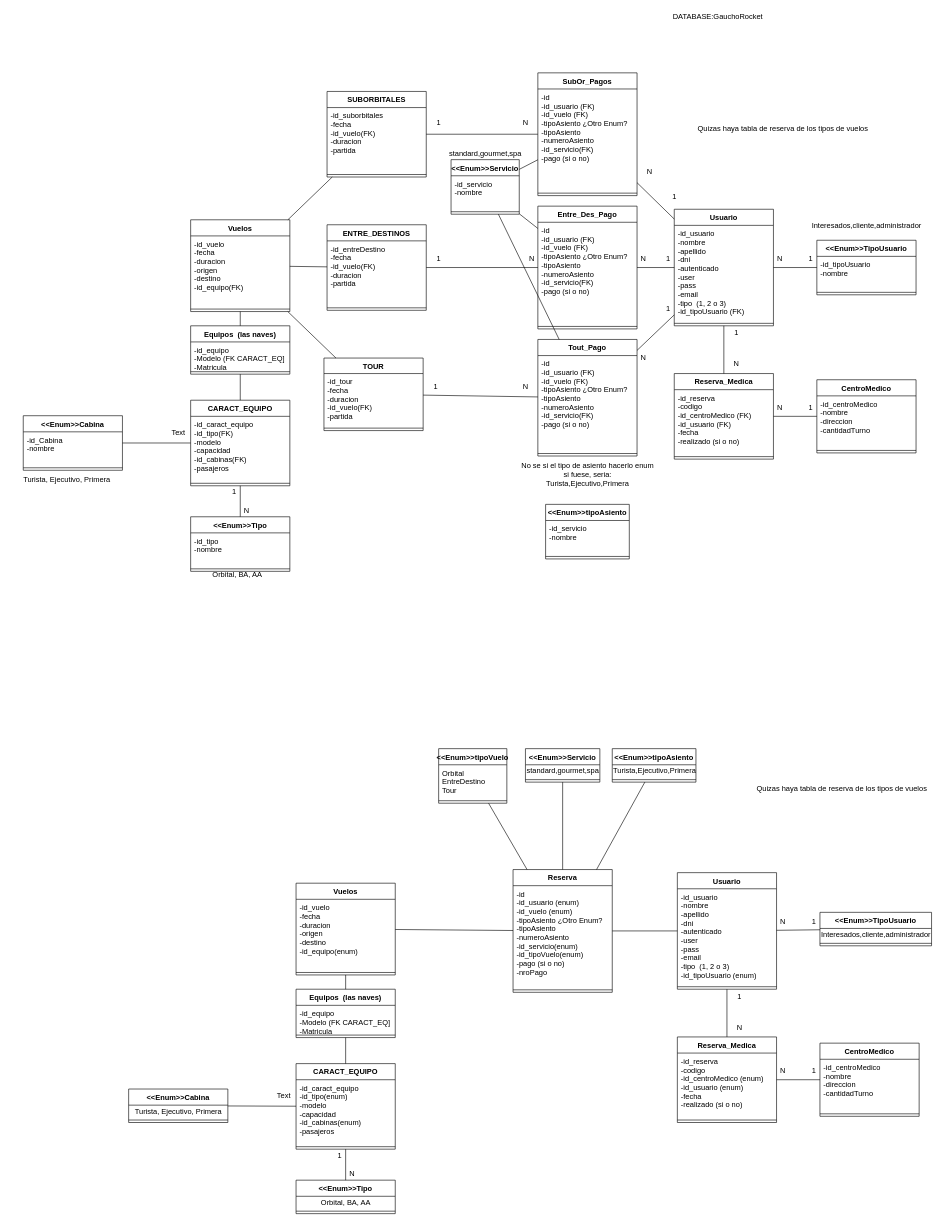
Earlier version of the draw.io diagram config/GauchoDiagrama.drawio (JulietaLuciaDe/gaucho). Source tidied: cells renumbered, new cells numbered last; positions are measured from the earlier drawing's top-left corner, leaving out a move shared by most shapes. Both pictures are drawn from the tidied source at 62%, with x=0, y=0 at pixel (17, 11).
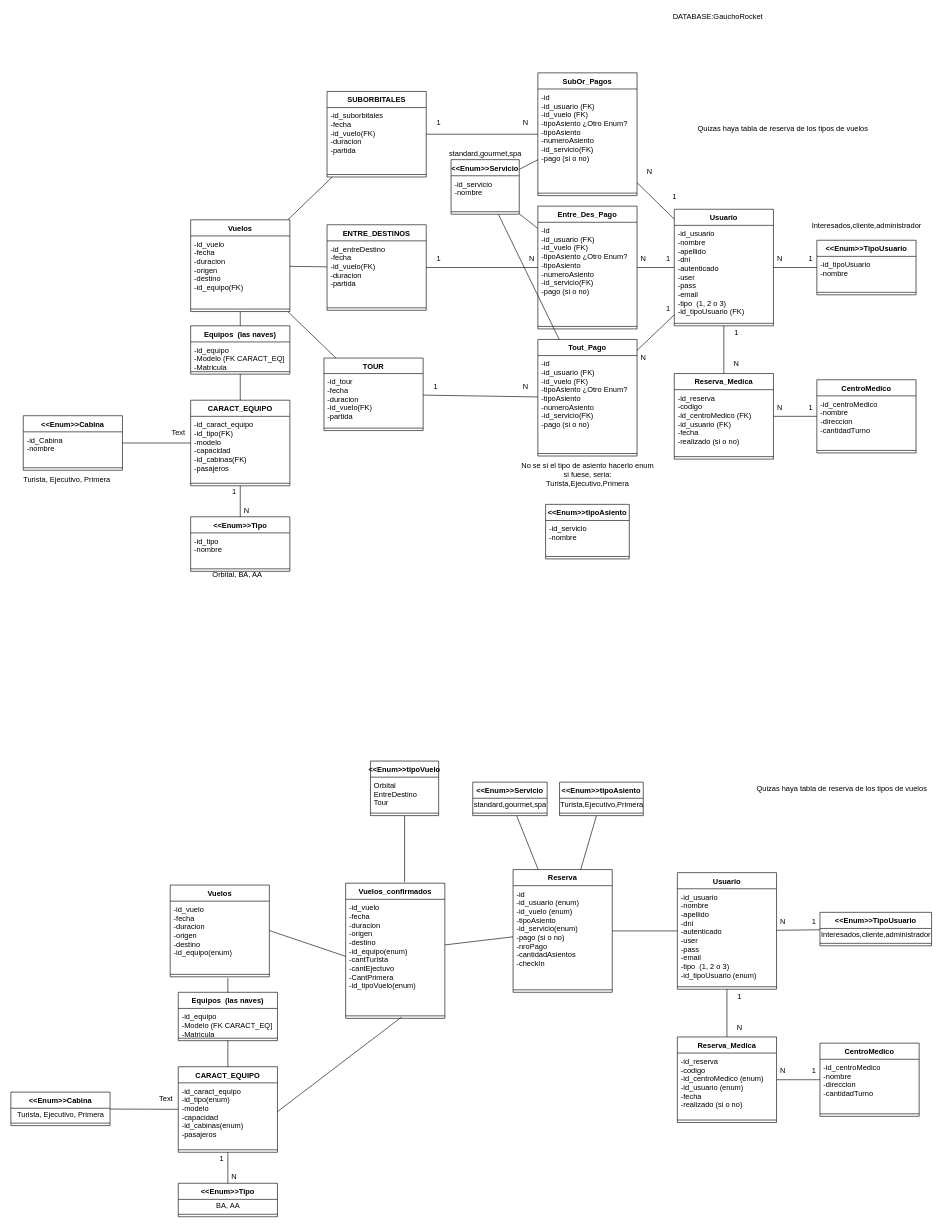
The same diagram, later.

Unchanged cells that the change refers to:
```xml
<mxCell id="126" value="Reserva" style="swimlane;fontStyle=1;align=center;verticalAlign=top;horizontal=1;startSize=26;" parent="1" vertex="1">
  <mxGeometry x="800" y="1385" width="160" height="198" as="geometry" />
</mxCell>
```

The edit, as a diff of the source:
```diff
@@
     <mxCell id="101" value="Equipos  (las naves)" style="swimlane;fontStyle=1;align=center;verticalAlign=top;horizontal=1;startSize=26;" parent="1" vertex="1">
-      <mxGeometry x="450" y="1578" width="160" height="78" as="geometry" />
+      <mxGeometry x="260" y="1583" width="160" height="78" as="geometry" />
     </mxCell>
@@
-    <mxCell id="107" value="Vuelos" style="swimlane;fontStyle=1;align=center;verticalAlign=top;horizontal=1;startSize=26;" parent="1" vertex="1">
-      <mxGeometry x="450" y="1407" width="160" height="148" as="geometry" />
+    <mxCell id="107" value="Vuelos_confirmados" style="swimlane;fontStyle=1;align=center;verticalAlign=top;horizontal=1;startSize=26;" parent="1" vertex="1">
+      <mxGeometry x="530" y="1407" width="160" height="218" as="geometry" />
     </mxCell>
-    <mxCell id="108" value="-id_vuelo&#10;-fecha&#10;-duracion&#10;-origen&#10;-destino&#10;-id_equipo(enum)" style="text;strokeColor=none;fillColor=none;align=left;verticalAlign=top;spacingLeft=4;spacingRight=4;overflow=hidden;points=[[0,0.5],[1,0.5]];portConstraint=eastwest;" parent="107" vertex="1">
-      <mxGeometry y="26" width="160" height="114" as="geometry" />
+    <mxCell id="108" value="-id_vuelo&#10;-fecha&#10;-duracion&#10;-origen&#10;-destino&#10;-id_equipo(enum)&#10;-cantTurista&#10;-cantEjectuvo&#10;-CantPrimera&#10;-id_tipoVuelo(enum)" style="text;strokeColor=none;fillColor=none;align=left;verticalAlign=top;spacingLeft=4;spacingRight=4;overflow=hidden;points=[[0,0.5],[1,0.5]];portConstraint=eastwest;" parent="107" vertex="1">
+      <mxGeometry y="26" width="160" height="184" as="geometry" />
     </mxCell>
     <mxCell id="109" style="line;strokeWidth=1;fillColor=none;align=left;verticalAlign=middle;spacingTop=-1;spacingLeft=3;spacingRight=3;labelPosition=right;points=[];portConstraint=eastwest;" parent="107" vertex="1">
-      <mxGeometry y="140" width="160" height="8" as="geometry" />
+      <mxGeometry y="210" width="160" height="8" as="geometry" />
     </mxCell>
     <mxCell id="110" value="CARACT_EQUIPO" style="swimlane;fontStyle=1;align=center;verticalAlign=top;horizontal=1;startSize=26;" parent="1" vertex="1">
-      <mxGeometry x="450" y="1698" width="160" height="138" as="geometry" />
+      <mxGeometry x="260" y="1703" width="160" height="138" as="geometry" />
     </mxCell>
@@
-    <mxCell id="127" value="-id&#10;-id_usuario (enum)&#10;-id_vuelo (enum)&#10;-tipoAsiento ¿Otro Enum?&#10;-tipoAsiento&#10;-numeroAsiento&#10;-id_servicio(enum)&#10;-id_tipoVuelo(enum)&#10;-pago (si o no)&#10;-nroPago" style="text;strokeColor=none;fillColor=none;align=left;verticalAlign=top;spacingLeft=4;spacingRight=4;overflow=hidden;" parent="126" vertex="1">
+    <mxCell id="127" value="-id&#10;-id_usuario (enum)&#10;-id_vuelo (enum)&#10;-tipoAsiento&#10;-id_servicio(enum)&#10;-pago (si o no)&#10;-nroPago&#10;-cantidadAsientos&#10;-checkIn" style="text;strokeColor=none;fillColor=none;align=left;verticalAlign=top;spacingLeft=4;spacingRight=4;overflow=hidden;" parent="126" vertex="1">
       <mxGeometry y="26" width="160" height="164" as="geometry" />
     </mxCell>
@@
     <mxCell id="129" value="&lt;&lt;Enum&gt;&gt;Servicio" style="swimlane;fontStyle=1;align=center;verticalAlign=top;horizontal=1;startSize=26;" parent="1" vertex="1">
-      <mxGeometry x="820" y="1190" width="120" height="54" as="geometry" />
+      <mxGeometry x="735" y="1244" width="120" height="54" as="geometry" />
     </mxCell>
@@
-    <mxCell id="133" style="endArrow=none;html=1;rounded=0;" parent="1" edge="1" source="101" target="107">
-      <mxGeometry relative="1" as="geometry" />
+    <mxCell id="133" style="endArrow=none;html=1;rounded=0;" parent="1" edge="1" source="101">
+      <mxGeometry relative="1" as="geometry">
+        <mxPoint x="340" y="1560" as="targetPoint" />
+      </mxGeometry>
     </mxCell>
     <mxCell id="134" value="&lt;&lt;Enum&gt;&gt;Tipo" style="swimlane;fontStyle=1;align=center;verticalAlign=top;horizontal=1;startSize=26;" parent="1" vertex="1">
-      <mxGeometry x="450" y="1886" width="160" height="54" as="geometry" />
+      <mxGeometry x="260" y="1891" width="160" height="54" as="geometry" />
     </mxCell>
-    <mxCell id="135" value="Orbital, BA, AA" style="text;html=1;align=center;verticalAlign=middle;strokeColor=none;fillColor=none;hachureGap=4;" parent="134" vertex="1">
+    <mxCell id="135" value="BA, AA" style="text;html=1;align=center;verticalAlign=middle;strokeColor=none;fillColor=none;hachureGap=4;" parent="134" vertex="1">
       <mxGeometry y="26" width="160" height="20" as="geometry" />
     </mxCell>
@@
     <mxCell id="138" value="&lt;&lt;Enum&gt;&gt;Cabina" style="swimlane;fontStyle=1;align=center;verticalAlign=top;horizontal=1;startSize=26;" parent="1" vertex="1">
-      <mxGeometry x="180" y="1739" width="160" height="54" as="geometry" />
+      <mxGeometry x="-10" y="1744" width="160" height="54" as="geometry" />
     </mxCell>
@@
     <mxCell id="143" value="&lt;br&gt;" style="text;html=1;align=center;verticalAlign=middle;strokeColor=none;fillColor=none;hachureGap=4;" parent="1" vertex="1">
-      <mxGeometry x="350" y="1730" width="20" height="20" as="geometry" />
+      <mxGeometry x="160" y="1735" width="20" height="20" as="geometry" />
     </mxCell>
@@
     <mxCell id="150" value="1" style="text;html=1;align=center;verticalAlign=middle;strokeColor=none;fillColor=none;hachureGap=4;" parent="1" vertex="1">
-      <mxGeometry x="510" y="1836" width="20" height="20" as="geometry" />
+      <mxGeometry x="320" y="1841" width="20" height="20" as="geometry" />
     </mxCell>
     <mxCell id="151" value="N" style="text;html=1;align=center;verticalAlign=middle;strokeColor=none;fillColor=none;hachureGap=4;" parent="1" vertex="1">
-      <mxGeometry x="530" y="1866" width="20" height="20" as="geometry" />
+      <mxGeometry x="340" y="1871" width="20" height="20" as="geometry" />
     </mxCell>
     <mxCell id="152" value="&lt;&lt;Enum&gt;&gt;tipoAsiento" style="swimlane;fontStyle=1;align=center;verticalAlign=top;horizontal=1;startSize=26;" parent="1" vertex="1">
-      <mxGeometry x="960" y="1190" width="135" height="54" as="geometry" />
+      <mxGeometry x="875" y="1244" width="135" height="54" as="geometry" />
     </mxCell>
@@
     <mxCell id="155" value="Text" style="text;html=1;align=center;verticalAlign=middle;strokeColor=none;fillColor=none;" parent="1" vertex="1">
-      <mxGeometry x="410" y="1740" width="40" height="20" as="geometry" />
+      <mxGeometry x="220" y="1745" width="40" height="20" as="geometry" />
     </mxCell>
@@
     <mxCell id="157" value="&lt;&lt;Enum&gt;&gt;tipoVuelo" style="swimlane;fontStyle=1;align=center;verticalAlign=top;horizontal=1;startSize=26;" parent="1" vertex="1">
-      <mxGeometry x="680" y="1190" width="110" height="88" as="geometry" />
+      <mxGeometry x="570" y="1210" width="110" height="88" as="geometry" />
     </mxCell>
@@
-    <mxCell id="160" style="endArrow=none;html=1;rounded=0;" parent="1" edge="1" source="157" target="126">
+    <mxCell id="160" style="endArrow=none;html=1;rounded=0;entryX=0.594;entryY=-0.007;entryDx=0;entryDy=0;entryPerimeter=0;" parent="1" edge="1" source="157" target="107">
       <mxGeometry relative="1" as="geometry" />
     </mxCell>
@@
+    <mxCell id="163" value="Vuelos" style="swimlane;fontStyle=1;align=center;verticalAlign=top;horizontal=1;startSize=26;" parent="1" vertex="1">
+      <mxGeometry x="247" y="1410" width="160" height="148" as="geometry" />
+    </mxCell>
+    <mxCell id="164" value="-id_vuelo&#10;-fecha&#10;-duracion&#10;-origen&#10;-destino&#10;-id_equipo(enum)" style="text;strokeColor=none;fillColor=none;align=left;verticalAlign=top;spacingLeft=4;spacingRight=4;overflow=hidden;" parent="163" vertex="1">
+      <mxGeometry y="26" width="160" height="114" as="geometry" />
+    </mxCell>
+    <mxCell id="165" style="line;strokeWidth=1;fillColor=none;align=left;verticalAlign=middle;spacingTop=-1;spacingLeft=3;spacingRight=3;labelPosition=right;" parent="163" vertex="1">
+      <mxGeometry y="140" width="160" height="8" as="geometry" />
+    </mxCell>
+    <mxCell id="166" style="endArrow=none;html=1;rounded=0;entryX=0;entryY=0.5;entryDx=0;entryDy=0;" parent="1" edge="1" target="108">
+      <mxGeometry relative="1" as="geometry">
+        <mxPoint x="407" y="1483.4" as="sourcePoint" />
+      </mxGeometry>
+    </mxCell>
+    <mxCell id="167" style="endArrow=none;html=1;rounded=0;entryX=0.563;entryY=0.75;entryDx=0;entryDy=0;entryPerimeter=0;" parent="1" edge="1" target="109">
+      <mxGeometry relative="1" as="geometry">
+        <mxPoint x="420" y="1775.5" as="sourcePoint" />
+      </mxGeometry>
+    </mxCell>
```
